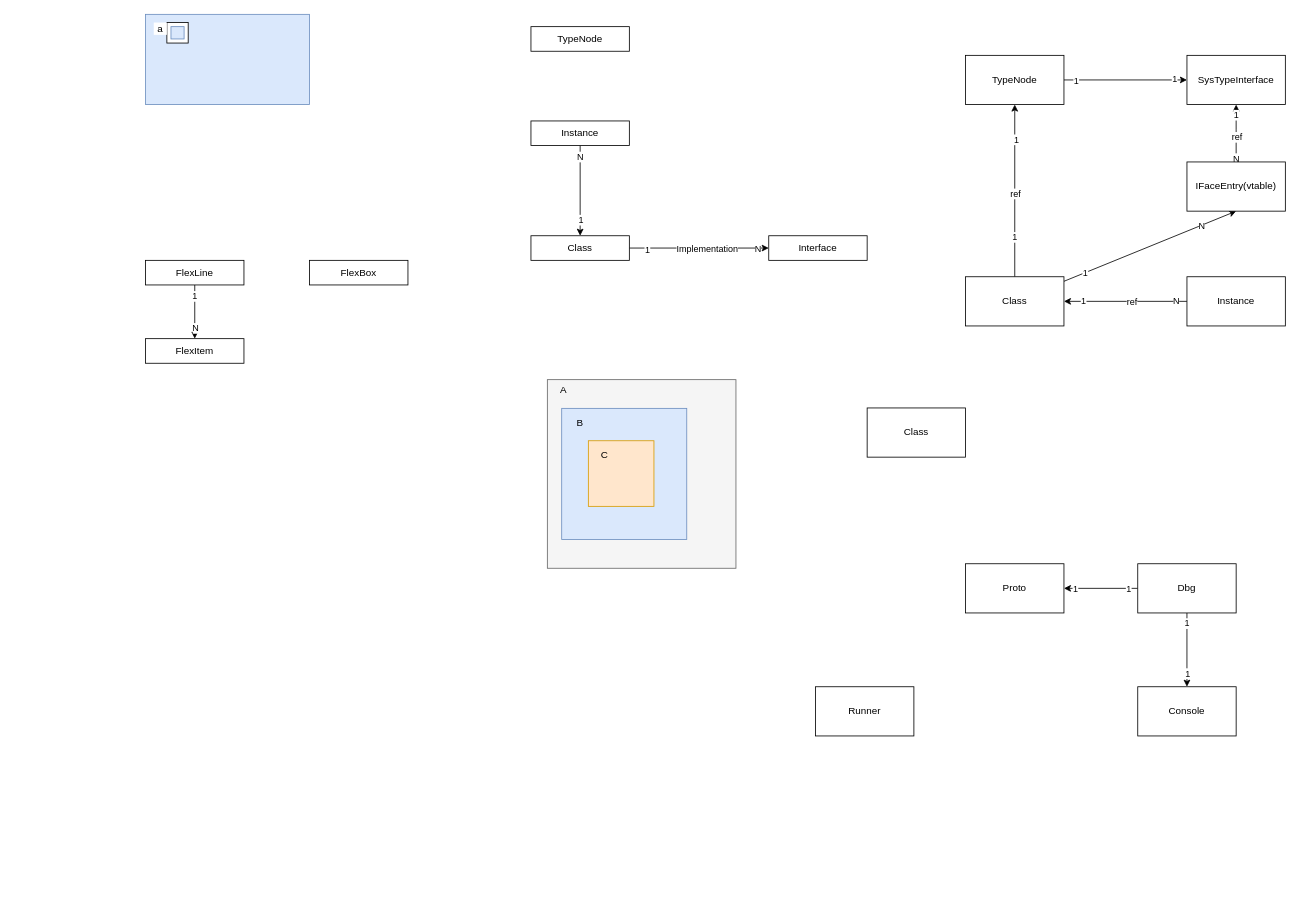
Above: doc/layout_demo.drawio in yuanronghhh/Cst (draw.io), before the change. Source tidied: cells renumbered, new cells numbered last; positions are measured from the earlier drawing's top-left corner, leaving out a move shared by most shapes. Both pictures are drawn from the tidied source at 82%, with x=0, y=0 at pixel (145, 14).
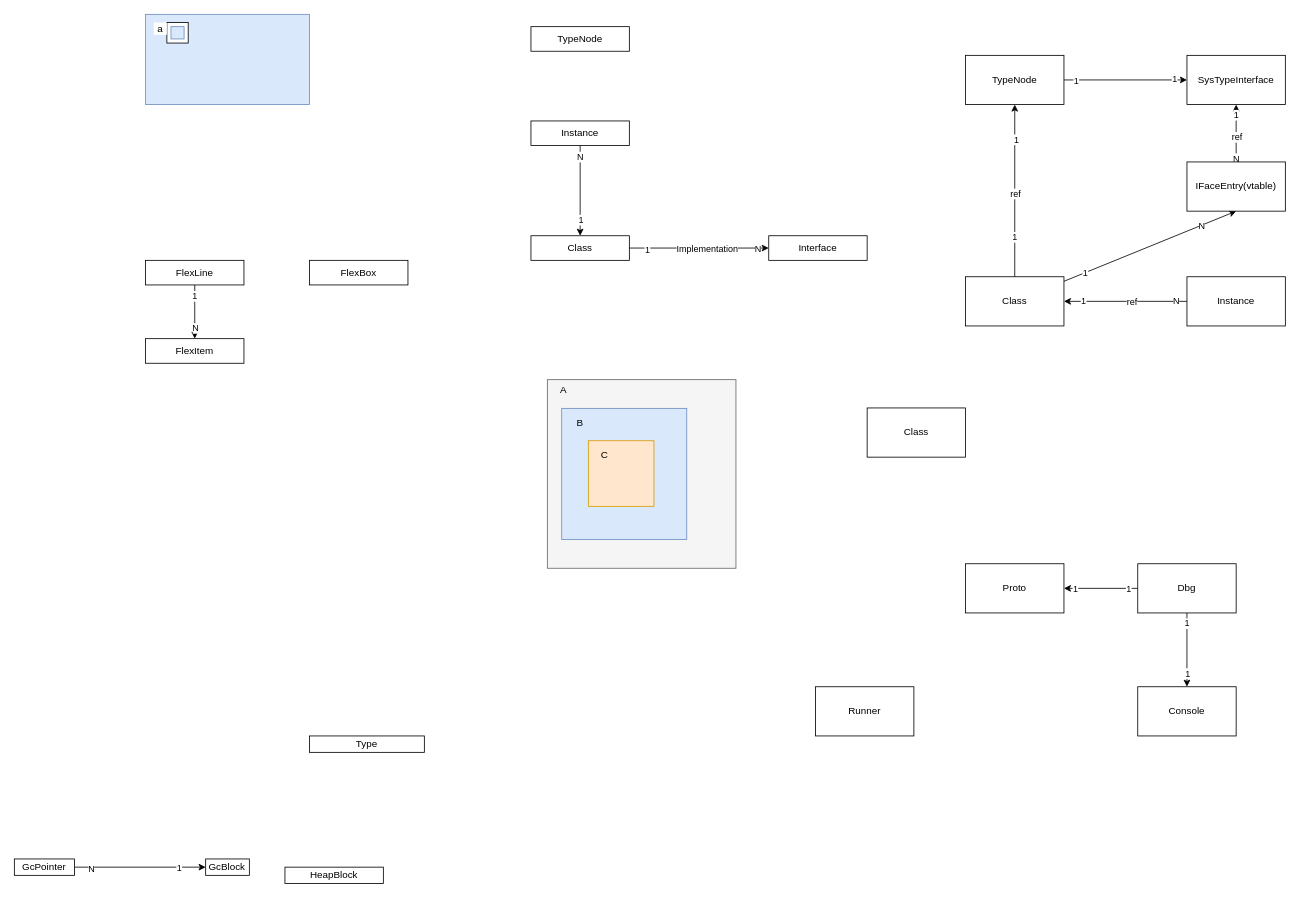
After the change.

Diff of the diagram source:
```diff
@@
+    <mxCell id="64" value="Type" style="rounded=0;whiteSpace=wrap;html=1;" parent="1" vertex="1">
+      <mxGeometry x="200" y="880" width="140" height="20" as="geometry" />
+    </mxCell>
+    <mxCell id="65" value="HeapBlock" style="rounded=0;whiteSpace=wrap;html=1;" parent="1" vertex="1">
+      <mxGeometry x="170" y="1040" width="120" height="20" as="geometry" />
+    </mxCell>
+    <mxCell id="66" value="GcBlock" style="rounded=0;whiteSpace=wrap;html=1;" parent="1" vertex="1">
+      <mxGeometry x="73.3" y="1030" width="53.3" height="20" as="geometry" />
+    </mxCell>
+    <mxCell id="67" style="edgeStyle=none;shape=connector;rounded=0;jettySize=auto;html=1;labelBackgroundColor=default;fontFamily=Helvetica;fontSize=11;fontColor=default;endArrow=classic;strokeColor=default;" parent="1" edge="1" source="70" target="66">
+      <mxGeometry relative="1" as="geometry" />
+    </mxCell>
+    <mxCell id="68" value="N" style="edgeLabel;html=1;align=center;verticalAlign=middle;fontSize=11;fontFamily=Helvetica;fontColor=default;" parent="67" vertex="1">
+      <mxGeometry x="-0.75" y="-2" relative="1" as="geometry" />
+    </mxCell>
+    <mxCell id="69" value="1" style="edgeLabel;html=1;align=center;verticalAlign=middle;fontSize=11;fontFamily=Helvetica;fontColor=default;" parent="67" vertex="1">
+      <mxGeometry x="0.59" y="-2" relative="1" as="geometry">
+        <mxPoint y="-2" as="offset" />
+      </mxGeometry>
+    </mxCell>
+    <mxCell id="70" value="GcPointer" style="rounded=0;whiteSpace=wrap;html=1;" parent="1" vertex="1">
+      <mxGeometry x="-160" y="1030" width="73.3" height="20" as="geometry" />
+    </mxCell>
```
